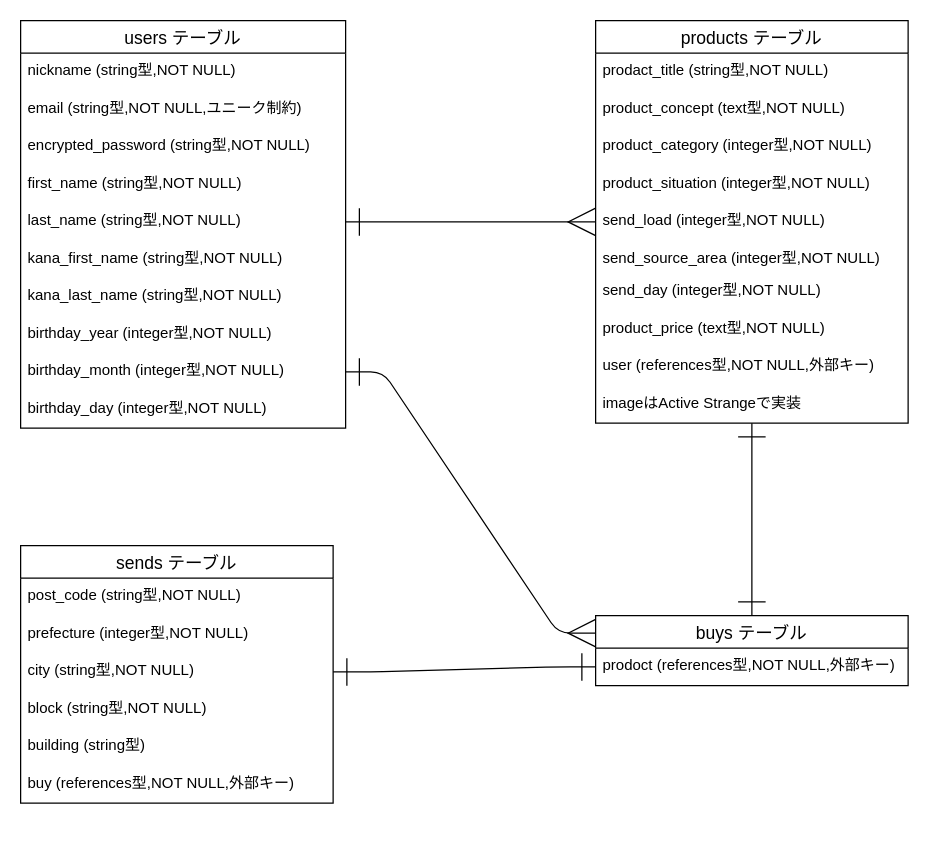
This is table.dio from tomatodayo/furima-37149, a draw.io file, before an edit. Source tidied: cells renumbered, new cells numbered last; positions are measured from the earlier drawing's top-left corner, leaving out a move shared by most shapes. Both pictures are drawn from the tidied source at 125%, with x=0, y=0 at pixel (20, 20).
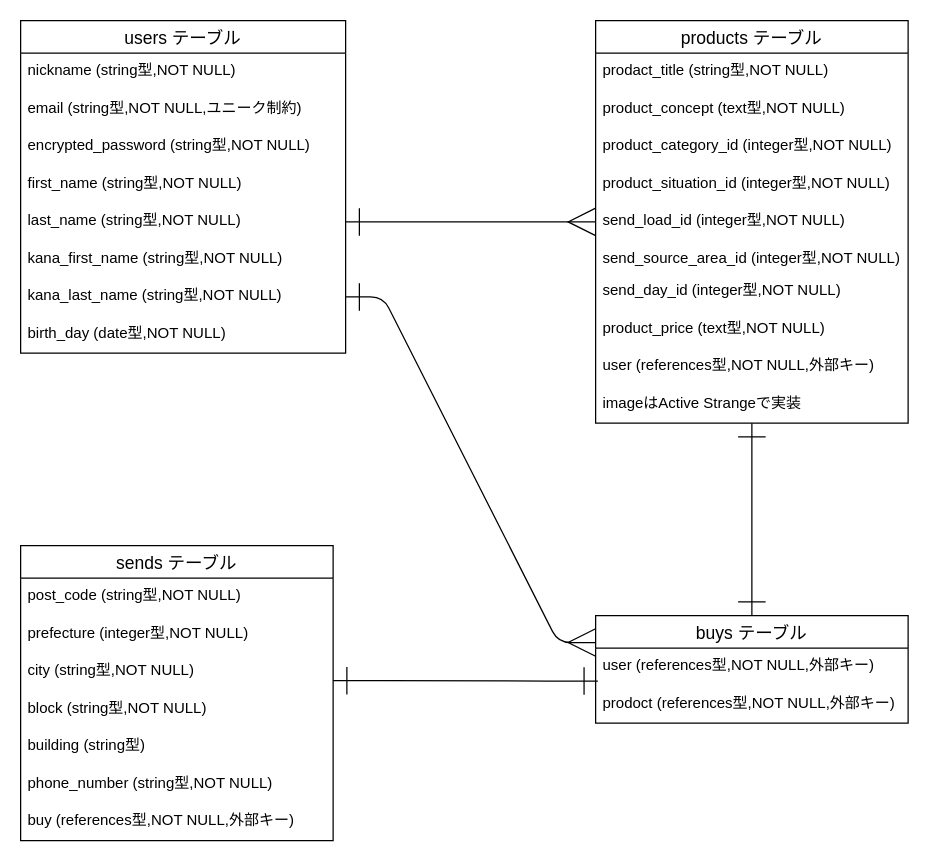
After the change.

Commit message (it also covers changes not shown here):
テーブル設計_修正２

The change refers to these unchanged cells:
```xml
<mxCell id="10" value="kana_last_name (string型,NOT NULL)" style="text;strokeColor=none;fillColor=none;spacingLeft=4;spacingRight=4;overflow=hidden;points=[[0,0.5],[1,0.5]];portConstraint=eastwest;fontSize=12;" parent="3" vertex="1">
  <mxGeometry y="206" width="260" height="30" as="geometry" />
</mxCell>
<mxCell id="15" value="products テーブル" style="swimlane;fontStyle=0;horizontal=1;startSize=26;align=center;fontSize=14;" parent="1" vertex="1">
  <mxGeometry x="460" width="250" height="322" as="geometry" />
</mxCell>
<mxCell id="29" value="city (string型,NOT NULL)" style="text;strokeColor=none;fillColor=none;spacingLeft=4;spacingRight=4;overflow=hidden;points=[[0,0.5],[1,0.5]];portConstraint=eastwest;fontSize=12;" parent="26" vertex="1">
  <mxGeometry y="86" width="250" height="30" as="geometry" />
</mxCell>
```

What changed in the source:
```diff
@@
     <mxCell id="3" value="users テーブル" style="swimlane;fontStyle=0;horizontal=1;startSize=26;align=center;fontSize=14;" parent="1" vertex="1">
-      <mxGeometry width="260" height="326" as="geometry" />
+      <mxGeometry width="260" height="266" as="geometry" />
     </mxCell>
@@
-    <mxCell id="11" value="birthday_year (integer型,NOT NULL)" style="text;strokeColor=none;fillColor=none;spacingLeft=4;spacingRight=4;overflow=hidden;fontSize=12;" parent="3" vertex="1">
+    <mxCell id="11" value="birth_day (date型,NOT NULL)" style="text;strokeColor=none;fillColor=none;spacingLeft=4;spacingRight=4;overflow=hidden;fontSize=12;" parent="3" vertex="1">
       <mxGeometry y="236" width="260" height="30" as="geometry" />
     </mxCell>
-    <mxCell id="12" value="birthday_month (integer型,NOT NULL)" style="text;strokeColor=none;fillColor=none;spacingLeft=4;spacingRight=4;overflow=hidden;points=[[0,0.5],[1,0.5]];portConstraint=eastwest;fontSize=12;" parent="3" vertex="1">
-      <mxGeometry y="266" width="260" height="30" as="geometry" />
-    </mxCell>
-    <mxCell id="13" value="birthday_day (integer型,NOT NULL)" style="text;strokeColor=none;fillColor=none;spacingLeft=4;spacingRight=4;overflow=hidden;fontSize=12;" parent="3" vertex="1">
-      <mxGeometry y="296" width="260" height="30" as="geometry" />
-    </mxCell>
@@
-    <mxCell id="18" value="product_category (integer型,NOT NULL)" style="text;strokeColor=none;fillColor=none;spacingLeft=4;spacingRight=4;overflow=hidden;fontSize=12;" parent="15" vertex="1">
+    <mxCell id="18" value="product_category_id (integer型,NOT NULL)" style="text;strokeColor=none;fillColor=none;spacingLeft=4;spacingRight=4;overflow=hidden;fontSize=12;" parent="15" vertex="1">
       <mxGeometry y="86" width="250" height="30" as="geometry" />
     </mxCell>
-    <mxCell id="19" value="product_situation (integer型,NOT NULL)" style="text;strokeColor=none;fillColor=none;spacingLeft=4;spacingRight=4;overflow=hidden;fontSize=12;" parent="15" vertex="1">
+    <mxCell id="19" value="product_situation_id (integer型,NOT NULL)" style="text;strokeColor=none;fillColor=none;spacingLeft=4;spacingRight=4;overflow=hidden;fontSize=12;" parent="15" vertex="1">
       <mxGeometry y="116" width="250" height="30" as="geometry" />
     </mxCell>
-    <mxCell id="20" value="send_load (integer型,NOT NULL)" style="text;strokeColor=none;fillColor=none;spacingLeft=4;spacingRight=4;overflow=hidden;fontSize=12;" parent="15" vertex="1">
+    <mxCell id="20" value="send_load_id (integer型,NOT NULL)" style="text;strokeColor=none;fillColor=none;spacingLeft=4;spacingRight=4;overflow=hidden;fontSize=12;" parent="15" vertex="1">
       <mxGeometry y="146" width="250" height="30" as="geometry" />
     </mxCell>
-    <mxCell id="21" value="send_source_area (integer型,NOT NULL)" style="text;strokeColor=none;fillColor=none;spacingLeft=4;spacingRight=4;overflow=hidden;fontSize=12;" parent="15" vertex="1">
+    <mxCell id="21" value="send_source_area_id (integer型,NOT NULL)" style="text;strokeColor=none;fillColor=none;spacingLeft=4;spacingRight=4;overflow=hidden;fontSize=12;" parent="15" vertex="1">
       <mxGeometry y="176" width="250" height="26" as="geometry" />
     </mxCell>
-    <mxCell id="22" value="send_day (integer型,NOT NULL)" style="text;strokeColor=none;fillColor=none;spacingLeft=4;spacingRight=4;overflow=hidden;fontSize=12;" parent="15" vertex="1">
+    <mxCell id="22" value="send_day_id (integer型,NOT NULL)" style="text;strokeColor=none;fillColor=none;spacingLeft=4;spacingRight=4;overflow=hidden;fontSize=12;" parent="15" vertex="1">
       <mxGeometry y="202" width="250" height="30" as="geometry" />
     </mxCell>
@@
     <mxCell id="26" value="sends テーブル" style="swimlane;fontStyle=0;horizontal=1;startSize=26;align=center;fontSize=14;" parent="1" vertex="1">
-      <mxGeometry y="420" width="250" height="206" as="geometry" />
+      <mxGeometry y="420" width="250" height="236" as="geometry" />
     </mxCell>
@@
+    <mxCell id="37" value="building (string型)" style="text;strokeColor=none;fillColor=none;spacingLeft=4;spacingRight=4;overflow=hidden;fontSize=12;" parent="26" vertex="1">
+      <mxGeometry y="146" width="250" height="30" as="geometry" />
+    </mxCell>
-    <mxCell id="31" value="building (string型)" style="text;strokeColor=none;fillColor=none;spacingLeft=4;spacingRight=4;overflow=hidden;fontSize=12;" parent="26" vertex="1">
-      <mxGeometry y="146" width="250" height="30" as="geometry" />
+    <mxCell id="31" value="phone_number (string型,NOT NULL)" style="text;strokeColor=none;fillColor=none;spacingLeft=4;spacingRight=4;overflow=hidden;fontSize=12;" parent="26" vertex="1">
+      <mxGeometry y="176" width="250" height="30" as="geometry" />
     </mxCell>
     <mxCell id="32" value="buy (references型,NOT NULL,外部キー)" style="text;strokeColor=none;fillColor=none;spacingLeft=4;spacingRight=4;overflow=hidden;fontSize=12;" parent="26" vertex="1">
-      <mxGeometry y="176" width="250" height="30" as="geometry" />
+      <mxGeometry y="206" width="250" height="30" as="geometry" />
     </mxCell>
     <mxCell id="33" value="buys テーブル" style="swimlane;fontStyle=0;horizontal=1;startSize=26;align=center;fontSize=14;" parent="1" vertex="1">
-      <mxGeometry x="460" y="476" width="250" height="56" as="geometry" />
+      <mxGeometry x="460" y="476" width="250" height="86" as="geometry" />
     </mxCell>
+    <mxCell id="38" value="user (references型,NOT NULL,外部キー)" style="text;strokeColor=none;fillColor=none;spacingLeft=4;spacingRight=4;overflow=hidden;fontSize=12;" parent="33" vertex="1">
+      <mxGeometry y="26" width="250" height="30" as="geometry" />
+    </mxCell>
     <mxCell id="34" value="prodoct (references型,NOT NULL,外部キー)" style="text;strokeColor=none;fillColor=none;spacingLeft=4;spacingRight=4;overflow=hidden;points=[[0,0.5],[1,0.5]];portConstraint=eastwest;fontSize=12;" parent="33" vertex="1">
-      <mxGeometry y="26" width="250" height="30" as="geometry" />
+      <mxGeometry y="56" width="250" height="30" as="geometry" />
     </mxCell>
-    <mxCell id="35" style="edgeStyle=entityRelationEdgeStyle;fontSize=12;html=1;endArrow=ERmany;exitX=1;exitY=0.5;exitDx=0;exitDy=0;entryX=0;entryY=0.25;entryDx=0;entryDy=0;startArrow=ERone;startFill=0;targetPerimeterSpacing=0;endSize=20;startSize=20;" parent="1" edge="1" source="12" target="33">
+    <mxCell id="35" style="edgeStyle=entityRelationEdgeStyle;fontSize=12;html=1;endArrow=ERmany;exitX=1;exitY=0.5;exitDx=0;exitDy=0;entryX=0;entryY=0.25;entryDx=0;entryDy=0;startArrow=ERone;startFill=0;targetPerimeterSpacing=0;endSize=20;startSize=20;" parent="1" edge="1" source="10" target="33">
       <mxGeometry relative="1" as="geometry" />
     </mxCell>
-    <mxCell id="36" style="edgeStyle=entityRelationEdgeStyle;fontSize=12;html=1;endArrow=ERone;endFill=1;entryX=0;entryY=0.5;entryDx=0;entryDy=0;endSize=20;startSize=20;startArrow=ERone;startFill=0;exitX=1;exitY=0.5;exitDx=0;exitDy=0;" parent="1" edge="1" source="29" target="34">
-      <mxGeometry relative="1" as="geometry" />
+    <mxCell id="36" style="edgeStyle=entityRelationEdgeStyle;fontSize=12;html=1;endArrow=ERone;endFill=1;entryX=0.007;entryY=-0.122;entryDx=0;entryDy=0;endSize=20;startSize=20;startArrow=ERone;startFill=0;entryPerimeter=0;" parent="1" edge="1" target="34">
+      <mxGeometry relative="1" as="geometry">
+        <mxPoint x="250" y="528" as="sourcePoint" />
+      </mxGeometry>
     </mxCell>
```
